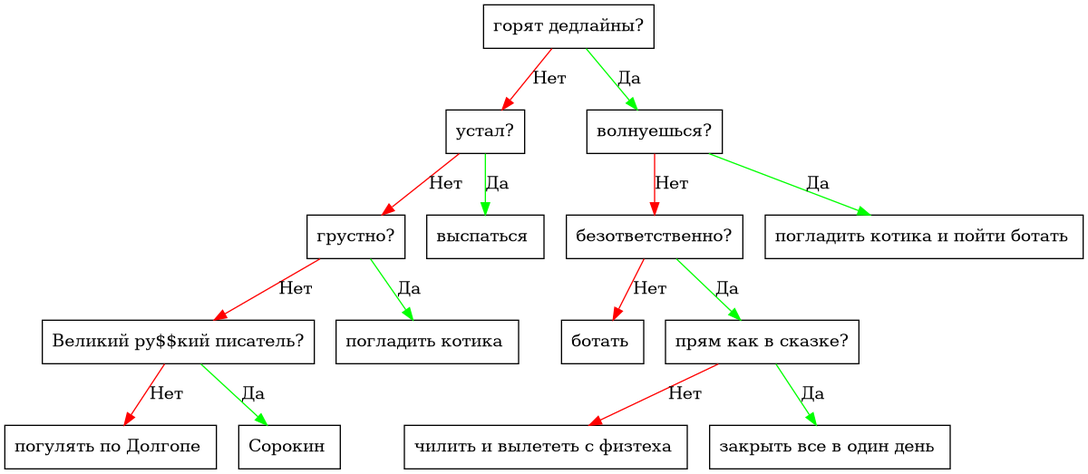
This is cmake-build-debug/dt.dot.png from AlgebraicWolf/Akinator, a Graphviz export, as it was before one commit. Its source is kept beside it as cmake-build-debug/dt.dot.
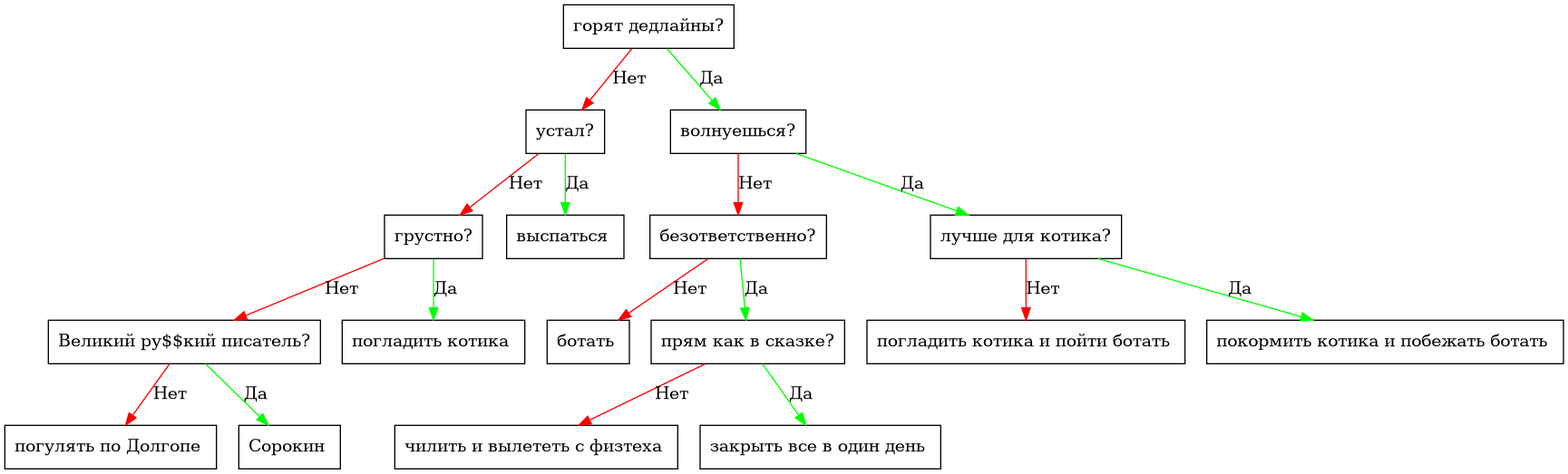
After the change.

The edit, as a diff of the source:
```diff
@@ -1,31 +1,35 @@
 digraph {
-node0x55c5244d1c60 [label="горят дедлайны?", shape=box];
-node0x55c5244d1c90 [label="устал?", shape=box];
-node0x55c5244d1de0 [label="волнуешься?", shape=box];
-node0x55c5244d1c60 -> node0x55c5244d1c90 [color="red", label="Нет"];
-node0x55c5244d1c60 -> node0x55c5244d1de0 [color="green", label="Да"];
-node0x55c5244d1e10 [label="безответственно?", shape=box];
-node0x55c5244d1f00 [label="погладить котика и пойти ботать ", shape=box];
-node0x55c5244d1de0 -> node0x55c5244d1e10 [color="red", label="Нет"];
-node0x55c5244d1de0 -> node0x55c5244d1f00 [color="green", label="Да"];
-node0x55c5244d1e40 [label="ботать ", shape=box];
-node0x55c5244d1e70 [label="прям как в сказке?", shape=box];
-node0x55c5244d1e10 -> node0x55c5244d1e40 [color="red", label="Нет"];
-node0x55c5244d1e10 -> node0x55c5244d1e70 [color="green", label="Да"];
-node0x55c5244d1ea0 [label="чилить и вылететь с физтеха ", shape=box];
-node0x55c5244d1ed0 [label="закрыть все в один день ", shape=box];
-node0x55c5244d1e70 -> node0x55c5244d1ea0 [color="red", label="Нет"];
-node0x55c5244d1e70 -> node0x55c5244d1ed0 [color="green", label="Да"];
-node0x55c5244d1cc0 [label="грустно?", shape=box];
-node0x55c5244d1db0 [label="выспаться ", shape=box];
-node0x55c5244d1c90 -> node0x55c5244d1cc0 [color="red", label="Нет"];
-node0x55c5244d1c90 -> node0x55c5244d1db0 [color="green", label="Да"];
-node0x55c5244d1cf0 [label="Великий ру$$кий писатель?", shape=box];
-node0x55c5244d1d80 [label="погладить котика ", shape=box];
-node0x55c5244d1cc0 -> node0x55c5244d1cf0 [color="red", label="Нет"];
-node0x55c5244d1cc0 -> node0x55c5244d1d80 [color="green", label="Да"];
-node0x55c5244d1d20 [label="погулять по Долгопе ", shape=box];
-node0x55c5244d1d50 [label="Сорокин ", shape=box];
-node0x55c5244d1cf0 -> node0x55c5244d1d20 [color="red", label="Нет"];
-node0x55c5244d1cf0 -> node0x55c5244d1d50 [color="green", label="Да"];
+node0x5646bf788ec0 [label="горят дедлайны?", shape=box];
+node0x5646bf788ef0 [label="устал?", shape=box];
+node0x5646bf789040 [label="волнуешься?", shape=box];
+node0x5646bf788ec0 -> node0x5646bf788ef0 [color="red", label="Нет"];
+node0x5646bf788ec0 -> node0x5646bf789040 [color="green", label="Да"];
+node0x5646bf789070 [label="безответственно?", shape=box];
+node0x5646bf7afc20 [label="лучше для котика?", shape=box];
+node0x5646bf789040 -> node0x5646bf789070 [color="red", label="Нет"];
+node0x5646bf789040 -> node0x5646bf7afc20 [color="green", label="Да"];
+node0x5646bf789160 [label="погладить котика и пойти ботать ", shape=box];
+node0x5646bf7afbf0 [label="покормить котика и побежать ботать ", shape=box];
+node0x5646bf7afc20 -> node0x5646bf789160 [color="red", label="Нет"];
+node0x5646bf7afc20 -> node0x5646bf7afbf0 [color="green", label="Да"];
+node0x5646bf7890a0 [label="ботать ", shape=box];
+node0x5646bf7890d0 [label="прям как в сказке?", shape=box];
+node0x5646bf789070 -> node0x5646bf7890a0 [color="red", label="Нет"];
+node0x5646bf789070 -> node0x5646bf7890d0 [color="green", label="Да"];
+node0x5646bf789100 [label="чилить и вылететь с физтеха ", shape=box];
+node0x5646bf789130 [label="закрыть все в один день ", shape=box];
+node0x5646bf7890d0 -> node0x5646bf789100 [color="red", label="Нет"];
+node0x5646bf7890d0 -> node0x5646bf789130 [color="green", label="Да"];
+node0x5646bf788f20 [label="грустно?", shape=box];
+node0x5646bf789010 [label="выспаться ", shape=box];
+node0x5646bf788ef0 -> node0x5646bf788f20 [color="red", label="Нет"];
+node0x5646bf788ef0 -> node0x5646bf789010 [color="green", label="Да"];
+node0x5646bf788f50 [label="Великий ру$$кий писатель?", shape=box];
+node0x5646bf788fe0 [label="погладить котика ", shape=box];
+node0x5646bf788f20 -> node0x5646bf788f50 [color="red", label="Нет"];
+node0x5646bf788f20 -> node0x5646bf788fe0 [color="green", label="Да"];
+node0x5646bf788f80 [label="погулять по Долгопе ", shape=box];
+node0x5646bf788fb0 [label="Сорокин ", shape=box];
+node0x5646bf788f50 -> node0x5646bf788f80 [color="red", label="Нет"];
+node0x5646bf788f50 -> node0x5646bf788fb0 [color="green", label="Да"];
 }
```
